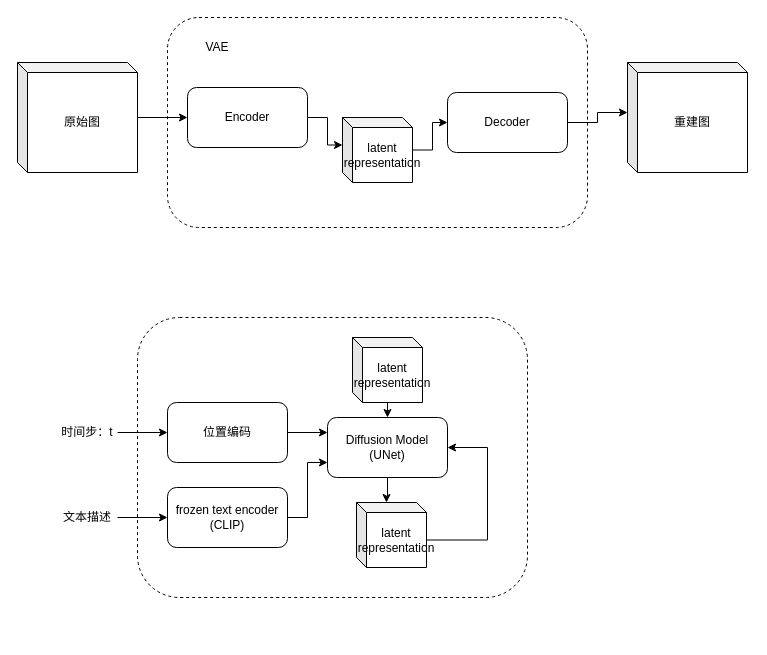
This is stable diffusion.drawio from yunfeiooo/draw.io, a draw.io file, before an edit. Source tidied: cells renumbered, new cells numbered last; positions are measured from the earlier drawing's top-left corner, leaving out a move shared by most shapes. Both pictures are drawn from the tidied source at 100%, with x=0, y=0 at pixel (17, 17).
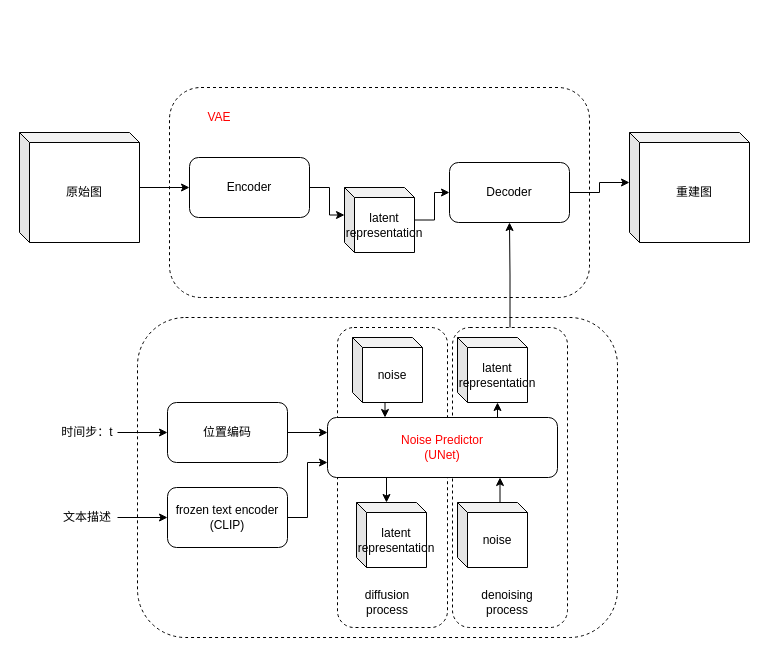
The same page after the edit.

Unchanged cells that the change refers to:
```xml
<mxCell id="25" value="latent&lt;br&gt;representation" style="shape=cube;whiteSpace=wrap;html=1;boundedLbl=1;backgroundOutline=1;darkOpacity=0.05;darkOpacity2=0.1;size=10;" parent="1" vertex="1">
  <mxGeometry x="339" y="485" width="70" height="65" as="geometry" />
</mxCell>
```

Change to the diagram source:
```diff
@@
     <mxCell id="2" style="rounded=1;whiteSpace=wrap;html=1;fillColor=default;dashed=1;" parent="1" vertex="1">
-      <mxGeometry x="120" y="300" width="390" height="280" as="geometry" />
+      <mxGeometry x="120" y="300" width="480" height="320" as="geometry" />
     </mxCell>
     <mxCell id="3" style="rounded=1;whiteSpace=wrap;html=1;fillColor=default;dashed=1;" parent="1" vertex="1">
-      <mxGeometry x="150" width="420" height="210" as="geometry" />
+      <mxGeometry x="152" y="70" width="420" height="210" as="geometry" />
     </mxCell>
@@
     <mxCell id="5" value="Encoder" style="rounded=1;whiteSpace=wrap;html=1;" parent="1" vertex="1">
-      <mxGeometry x="170" y="70" width="120" height="60" as="geometry" />
+      <mxGeometry x="172" y="140" width="120" height="60" as="geometry" />
     </mxCell>
@@
     <mxCell id="7" value="原始图" style="shape=cube;whiteSpace=wrap;html=1;boundedLbl=1;backgroundOutline=1;darkOpacity=0.05;darkOpacity2=0.1;size=10;" parent="1" vertex="1">
-      <mxGeometry y="45" width="120" height="110" as="geometry" />
+      <mxGeometry x="2" y="115" width="120" height="110" as="geometry" />
     </mxCell>
@@
     <mxCell id="9" value="Decoder" style="rounded=1;whiteSpace=wrap;html=1;" parent="1" vertex="1">
-      <mxGeometry x="430" y="75" width="120" height="60" as="geometry" />
+      <mxGeometry x="432" y="145" width="120" height="60" as="geometry" />
     </mxCell>
@@
     <mxCell id="11" value="latent&lt;br&gt;representation" style="shape=cube;whiteSpace=wrap;html=1;boundedLbl=1;backgroundOutline=1;darkOpacity=0.05;darkOpacity2=0.1;size=10;" parent="1" vertex="1">
-      <mxGeometry x="325" y="100" width="70" height="65" as="geometry" />
+      <mxGeometry x="327" y="170" width="70" height="65" as="geometry" />
     </mxCell>
     <mxCell id="12" value="重建图" style="shape=cube;whiteSpace=wrap;html=1;boundedLbl=1;backgroundOutline=1;darkOpacity=0.05;darkOpacity2=0.1;size=10;" parent="1" vertex="1">
-      <mxGeometry x="610" y="45" width="120" height="110" as="geometry" />
+      <mxGeometry x="612" y="115" width="120" height="110" as="geometry" />
     </mxCell>
-    <mxCell id="13" value="VAE" style="text;html=1;strokeColor=none;fillColor=none;align=center;verticalAlign=middle;whiteSpace=wrap;rounded=0;" parent="1" vertex="1">
-      <mxGeometry x="170" y="15" width="60" height="30" as="geometry" />
+    <mxCell id="13" value="VAE" style="text;html=1;strokeColor=none;fillColor=none;align=center;verticalAlign=middle;whiteSpace=wrap;rounded=0;fontColor=#FF0000;" parent="1" vertex="1">
+      <mxGeometry x="172" y="85" width="60" height="30" as="geometry" />
     </mxCell>
-    <mxCell id="14" style="edgeStyle=orthogonalEdgeStyle;rounded=0;jettySize=auto;html=1;entryX=0;entryY=0;entryDx=30;entryDy=0;entryPerimeter=0;" parent="1" edge="1" source="15" target="25">
+    <mxCell id="14" style="edgeStyle=orthogonalEdgeStyle;rounded=0;jettySize=auto;html=1;exitX=0.25;exitY=1;exitDx=0;exitDy=0;entryX=0;entryY=0;entryDx=30;entryDy=0;entryPerimeter=0;" parent="1" edge="1" source="15" target="25">
       <mxGeometry relative="1" as="geometry" />
     </mxCell>
-    <mxCell id="15" value="Diffusion Model&lt;br&gt;(UNet)" style="rounded=1;whiteSpace=wrap;html=1;" parent="1" vertex="1">
-      <mxGeometry x="310" y="400" width="120" height="60" as="geometry" />
-    </mxCell>
+    <mxCell id="28" style="edgeStyle=orthogonalEdgeStyle;rounded=0;jettySize=auto;html=1;exitX=0.75;exitY=0;exitDx=0;exitDy=0;entryX=0;entryY=0;entryDx=40;entryDy=65;entryPerimeter=0;" parent="1" edge="1" source="15" target="29">
+      <mxGeometry relative="1" as="geometry" />
+    </mxCell>
@@
-    <mxCell id="24" style="edgeStyle=orthogonalEdgeStyle;rounded=0;jettySize=auto;html=1;exitX=0;exitY=0;exitDx=70;exitDy=37.5;exitPerimeter=0;entryX=1;entryY=0.5;entryDx=0;entryDy=0;" parent="1" edge="1" source="25" target="15">
-      <mxGeometry relative="1" as="geometry">
-        <Array as="points">
-          <mxPoint x="470" y="523" />
-          <mxPoint x="470" y="430" />
-        </Array>
-      </mxGeometry>
-    </mxCell>
@@
-    <mxCell id="26" style="edgeStyle=orthogonalEdgeStyle;rounded=0;jettySize=auto;html=1;exitX=0;exitY=0;exitDx=40;exitDy=65;exitPerimeter=0;entryX=0.5;entryY=0;entryDx=0;entryDy=0;" parent="1" edge="1" source="27" target="15">
+    <mxCell id="26" style="edgeStyle=orthogonalEdgeStyle;rounded=0;jettySize=auto;html=1;exitX=0;exitY=0;exitDx=40;exitDy=65;exitPerimeter=0;entryX=0.25;entryY=0;entryDx=0;entryDy=0;" parent="1" edge="1" source="27" target="15">
       <mxGeometry relative="1" as="geometry" />
     </mxCell>
-    <mxCell id="27" value="latent&lt;br&gt;representation" style="shape=cube;whiteSpace=wrap;html=1;boundedLbl=1;backgroundOutline=1;darkOpacity=0.05;darkOpacity2=0.1;size=10;" parent="1" vertex="1">
+    <mxCell id="27" value="noise" style="shape=cube;whiteSpace=wrap;html=1;boundedLbl=1;backgroundOutline=1;darkOpacity=0.05;darkOpacity2=0.1;size=10;" parent="1" vertex="1">
       <mxGeometry x="335" y="320" width="70" height="65" as="geometry" />
     </mxCell>
+    <mxCell id="29" value="latent&lt;br&gt;representation" style="shape=cube;whiteSpace=wrap;html=1;boundedLbl=1;backgroundOutline=1;darkOpacity=0.05;darkOpacity2=0.1;size=10;" parent="1" vertex="1">
+      <mxGeometry x="440" y="320" width="70" height="65" as="geometry" />
+    </mxCell>
+    <mxCell id="30" style="edgeStyle=orthogonalEdgeStyle;rounded=0;jettySize=auto;html=1;exitX=0;exitY=0;exitDx=30;exitDy=0;exitPerimeter=0;entryX=0.75;entryY=1;entryDx=0;entryDy=0;" parent="1" edge="1" source="31" target="15">
+      <mxGeometry relative="1" as="geometry" />
+    </mxCell>
+    <mxCell id="31" value="noise" style="shape=cube;whiteSpace=wrap;html=1;boundedLbl=1;backgroundOutline=1;darkOpacity=0.05;darkOpacity2=0.1;size=10;" parent="1" vertex="1">
+      <mxGeometry x="440" y="485" width="70" height="65" as="geometry" />
+    </mxCell>
+    <mxCell id="32" style="rounded=1;whiteSpace=wrap;html=1;fillColor=none;dashed=1;" parent="1" vertex="1">
+      <mxGeometry x="320" y="310" width="110" height="300" as="geometry" />
+    </mxCell>
+    <mxCell id="33" style="edgeStyle=orthogonalEdgeStyle;rounded=0;jettySize=auto;html=1;entryX=0.5;entryY=1;entryDx=0;entryDy=0;" parent="1" edge="1" source="34" target="9">
+      <mxGeometry relative="1" as="geometry" />
+    </mxCell>
+    <mxCell id="34" style="rounded=1;whiteSpace=wrap;html=1;fillColor=none;dashed=1;" parent="1" vertex="1">
+      <mxGeometry x="435" y="310" width="115" height="300" as="geometry" />
+    </mxCell>
+    <mxCell id="35" value="diffusion process" style="text;html=1;strokeColor=none;fillColor=none;align=center;verticalAlign=middle;whiteSpace=wrap;rounded=0;" parent="1" vertex="1">
+      <mxGeometry x="340" y="570" width="60" height="30" as="geometry" />
+    </mxCell>
+    <mxCell id="36" value="denoising process" style="text;html=1;strokeColor=none;fillColor=none;align=center;verticalAlign=middle;whiteSpace=wrap;rounded=0;" parent="1" vertex="1">
+      <mxGeometry x="460" y="570" width="60" height="30" as="geometry" />
+    </mxCell>
+    <mxCell id="15" value="Noise Predictor&lt;br&gt;(UNet)" style="rounded=1;whiteSpace=wrap;html=1;fontColor=#FF0000;" parent="1" vertex="1">
+      <mxGeometry x="310" y="400" width="230" height="60" as="geometry" />
+    </mxCell>
```
